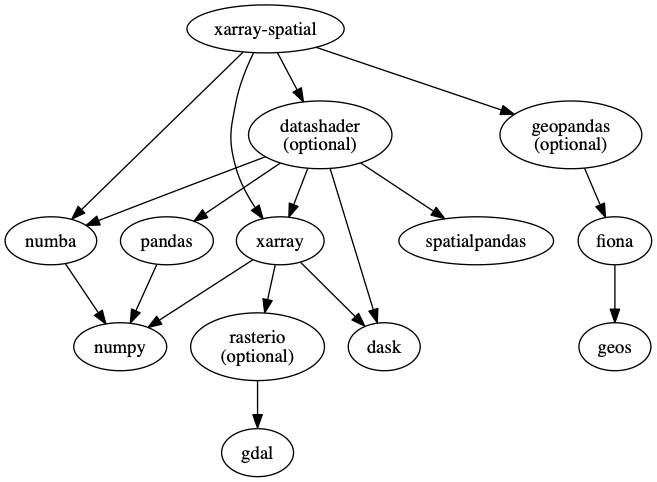
Before: dependencies.png, a diagram exported from Graphviz (makepath/xarray-spatial). Its source is kept beside it as dependencies.dot.
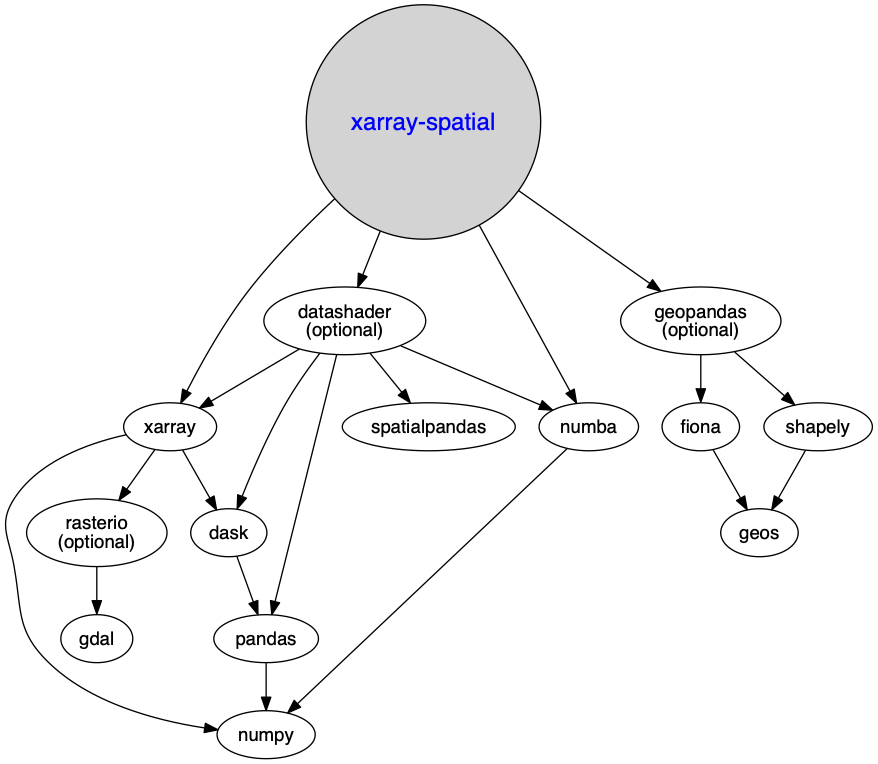
After the change.

Commit message:
updated dependency graph

Diff of the diagram source:
```diff
@@ -13,5 +13,9 @@
 xarray -> "rasterio\n(optional)" -> gdal;
 numba -> numpy;
 pandas -> numpy;
+dask -> pandas;
 "geopandas\n(optional)" -> fiona -> geos;
+"geopandas\n(optional)" -> shapely -> geos;
+
+ "xarray-spatial" [fontcolor=blue fontsize=18 width=0.5 shape=circle style=filled];
 }
```
